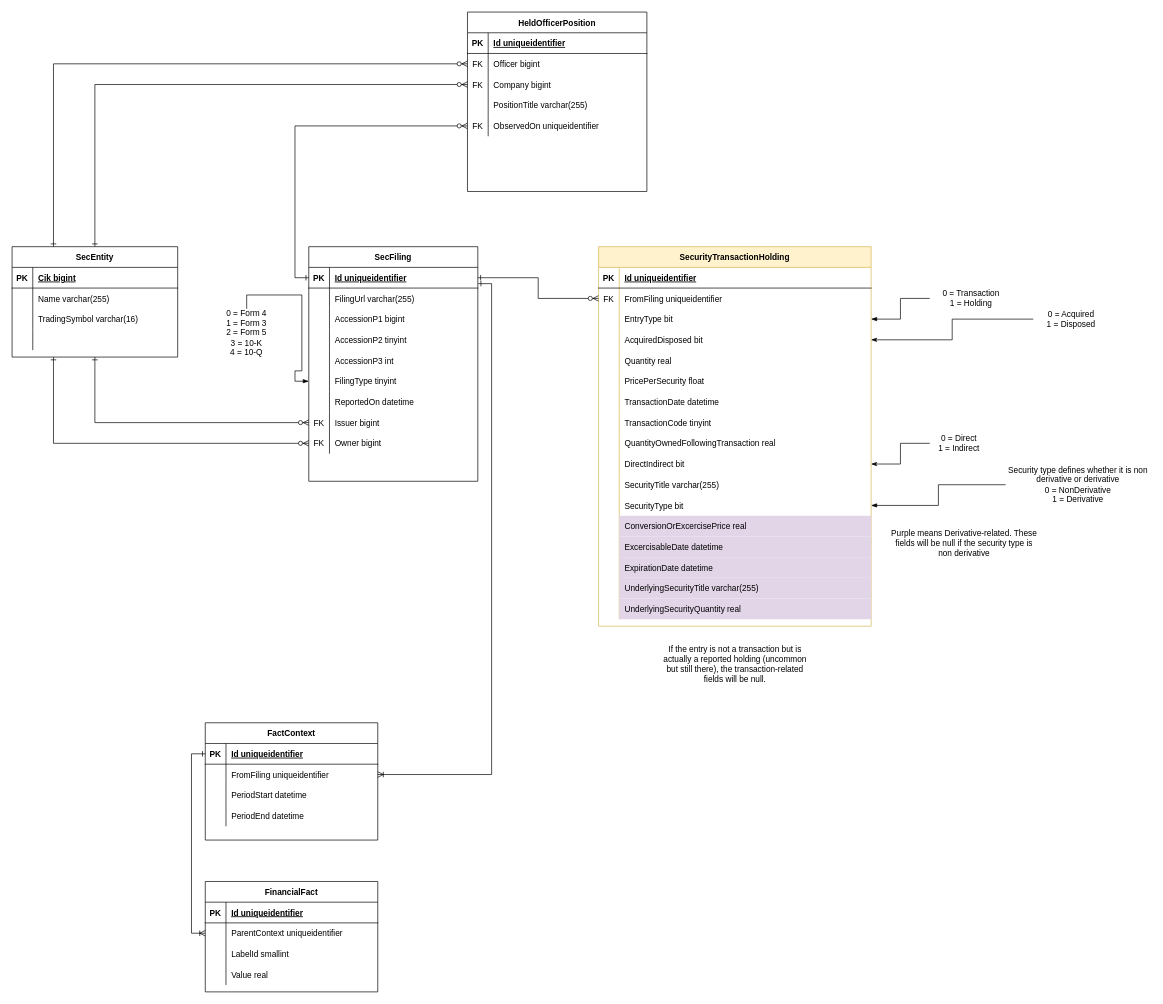
Above: page "Filing-Derived" (1 of 3) of AletheiaErd.drawio in TimHanewich/Aletheia-Engine-Library (draw.io), before the change. Source tidied: cells renumbered, new cells numbered last; positions are measured from the earlier drawing's top-left corner, leaving out a move shared by most shapes. Both pictures are drawn from the tidied source at 69%, with x=0, y=0 at pixel (12, 12).
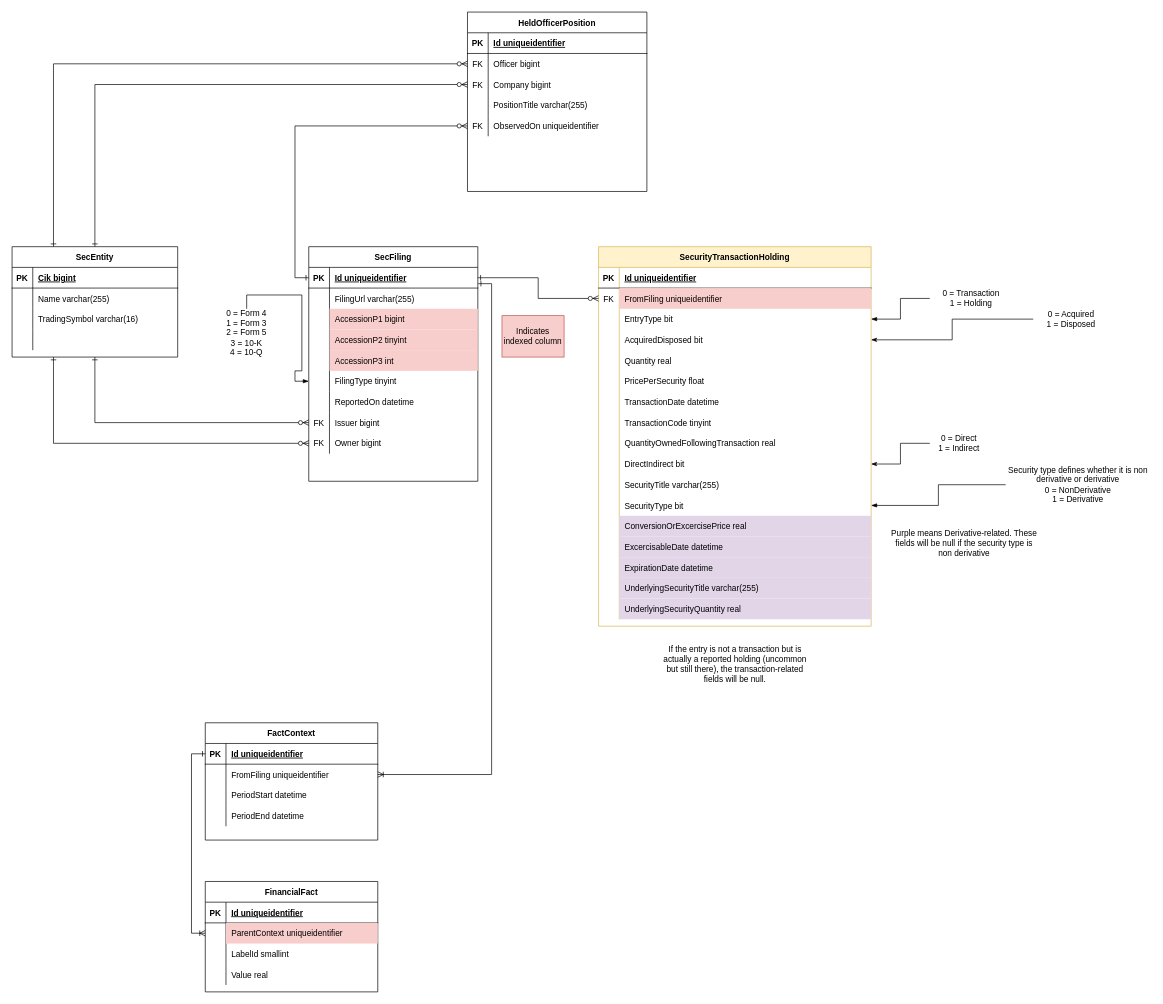
After the change.

Commit message:
Added column indexing to ERD

Unchanged cells that the change refers to:
```xml
<mxCell id="19" style="shape=partialRectangle;fillColor=none;top=0;left=0;bottom=0;right=0;points=[[0,0.5],[1,0.5]];portConstraint=eastwest;" parent="15" vertex="1">
  <mxGeometry y="60" width="395" height="30" as="geometry" />
</mxCell>
<mxCell id="100" style="shape=partialRectangle;fillColor=none;top=0;left=0;bottom=0;right=0;" parent="93" vertex="1">
  <mxGeometry y="90" width="245" height="30" as="geometry" />
</mxCell>
<mxCell id="103" style="shape=partialRectangle;fillColor=none;top=0;left=0;bottom=0;right=0;" parent="93" vertex="1">
  <mxGeometry y="120" width="245" height="30" as="geometry" />
</mxCell>
<mxCell id="106" style="shape=partialRectangle;fillColor=none;top=0;left=0;bottom=0;right=0;" parent="93" vertex="1">
  <mxGeometry y="150" width="245" height="30" as="geometry" />
</mxCell>
<mxCell id="146" style="shape=partialRectangle;fillColor=none;top=0;left=0;bottom=0;right=0;points=[[0,0.5],[1,0.5]];portConstraint=eastwest;" parent="142" vertex="1">
  <mxGeometry y="60" width="250" height="30" as="geometry" />
</mxCell>
```

The edit, as a diff of the source:
```diff
@@
-    <mxCell id="21" value="FromFiling uniqueidentifier" style="shape=partialRectangle;fillColor=none;top=0;left=0;bottom=0;right=0;align=left;spacingLeft=6;overflow=hidden;" parent="19" vertex="1">
+    <mxCell id="21" value="FromFiling uniqueidentifier" style="shape=partialRectangle;fillColor=#f8cecc;top=0;left=0;bottom=0;right=0;align=left;spacingLeft=6;overflow=hidden;strokeColor=#b85450;" parent="19" vertex="1">
       <mxGeometry x="30" width="365" height="30" as="geometry" />
     </mxCell>
@@
-    <mxCell id="102" value="AccessionP1 bigint" style="shape=partialRectangle;fillColor=none;top=0;left=0;bottom=0;right=0;align=left;spacingLeft=6;overflow=hidden;" parent="100" vertex="1">
+    <mxCell id="102" value="AccessionP1 bigint" style="shape=partialRectangle;fillColor=#f8cecc;top=0;left=0;bottom=0;right=0;align=left;spacingLeft=6;overflow=hidden;strokeColor=#b85450;" parent="100" vertex="1">
       <mxGeometry x="30" width="215" height="30" as="geometry" />
     </mxCell>
@@
-    <mxCell id="105" value="AccessionP2 tinyint" style="shape=partialRectangle;fillColor=none;top=0;left=0;bottom=0;right=0;align=left;spacingLeft=6;overflow=hidden;" parent="103" vertex="1">
+    <mxCell id="105" value="AccessionP2 tinyint" style="shape=partialRectangle;fillColor=#f8cecc;top=0;left=0;bottom=0;right=0;align=left;spacingLeft=6;overflow=hidden;strokeColor=#b85450;" parent="103" vertex="1">
       <mxGeometry x="30" width="215" height="30" as="geometry" />
     </mxCell>
@@
-    <mxCell id="108" value="AccessionP3 int" style="shape=partialRectangle;fillColor=none;top=0;left=0;bottom=0;right=0;align=left;spacingLeft=6;overflow=hidden;" parent="106" vertex="1">
+    <mxCell id="108" value="AccessionP3 int" style="shape=partialRectangle;fillColor=#f8cecc;top=0;left=0;bottom=0;right=0;align=left;spacingLeft=6;overflow=hidden;strokeColor=#b85450;" parent="106" vertex="1">
       <mxGeometry x="30" width="215" height="30" as="geometry" />
     </mxCell>
@@
-    <mxCell id="148" value="ParentContext uniqueidentifier" style="shape=partialRectangle;fillColor=none;top=0;left=0;bottom=0;right=0;align=left;spacingLeft=6;overflow=hidden;" parent="146" vertex="1">
+    <mxCell id="148" value="ParentContext uniqueidentifier" style="shape=partialRectangle;fillColor=#f8cecc;top=0;left=0;bottom=0;right=0;align=left;spacingLeft=6;overflow=hidden;strokeColor=#b85450;" parent="146" vertex="1">
       <mxGeometry x="30" width="220" height="30" as="geometry" />
     </mxCell>
@@
+    <mxCell id="157" value="Indicates indexed column" style="text;html=1;strokeColor=#b85450;fillColor=#f8cecc;align=center;verticalAlign=middle;whiteSpace=wrap;rounded=0;" parent="1" vertex="1">
+      <mxGeometry x="710" y="440" width="90" height="60" as="geometry" />
+    </mxCell>
```
